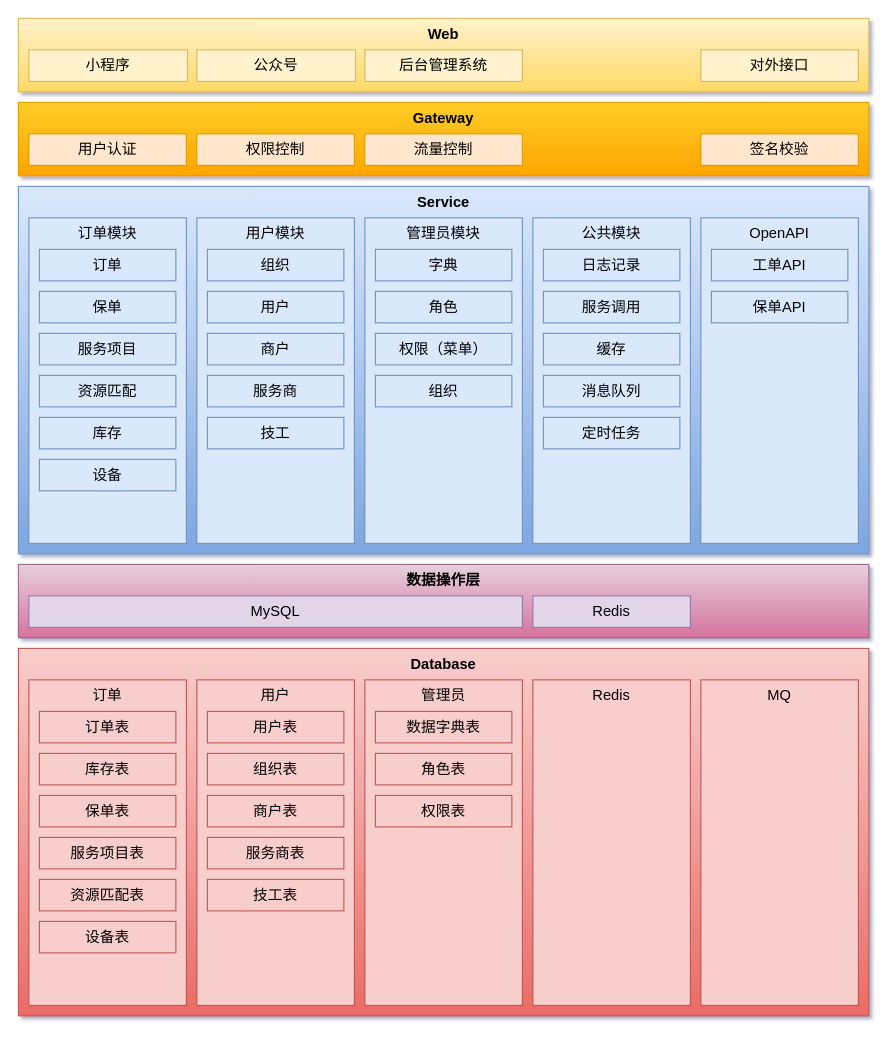
Above: architecture-bao_huo_gan.drawio in Woobhurk/tyz-pic-repo (draw.io), before the change. Source tidied: cells renumbered, new cells numbered last; positions are measured from the earlier drawing's top-left corner, leaving out a move shared by most shapes. Both pictures are drawn from the tidied source at 105%, with x=0, y=0 at pixel (18, 18).
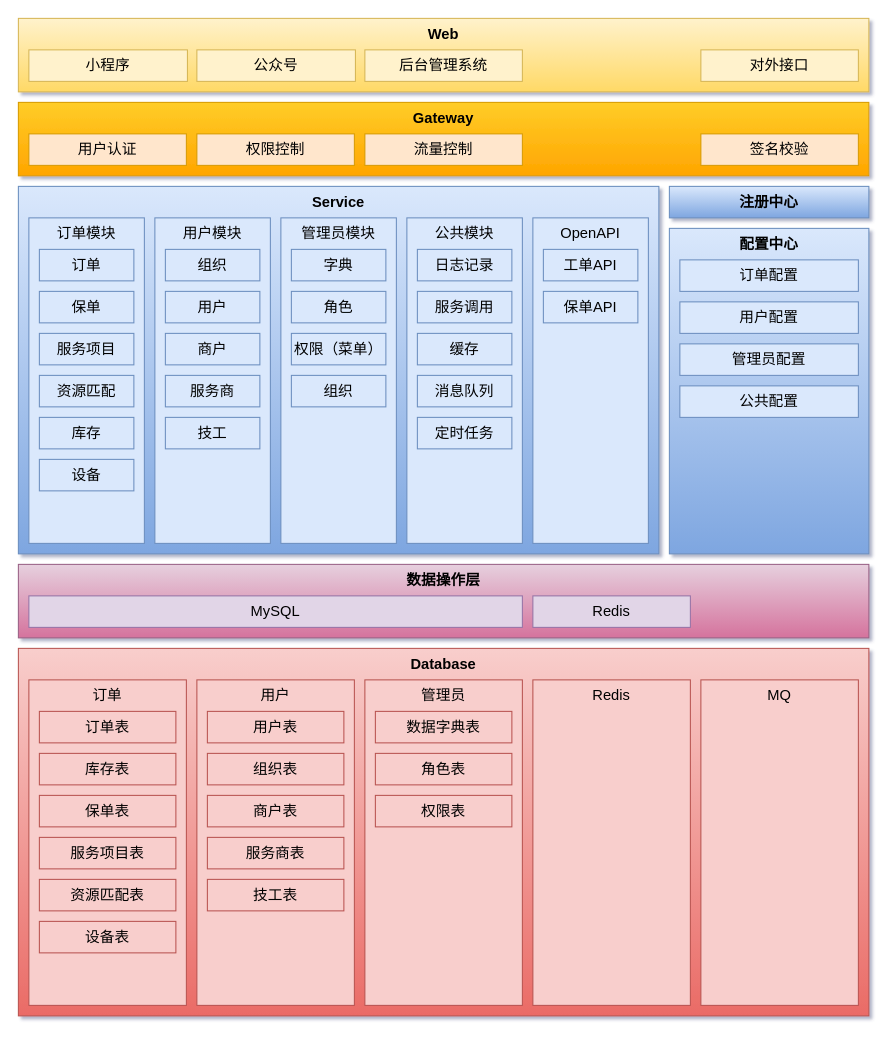
The same diagram, later.

What changed in the source:
```diff
@@
     <mxCell id="3" value="Service" style="text;html=1;strokeColor=#6c8ebf;align=center;verticalAlign=top;whiteSpace=wrap;rounded=0;sketch=0;fontSize=14;fontStyle=1;gradientColor=#7ea6e0;fillColor=#dae8fc;perimeterSpacing=0;glass=0;shadow=0;" parent="1" vertex="1">
-      <mxGeometry y="160" width="810" height="350" as="geometry" />
+      <mxGeometry y="160" width="610" height="350" as="geometry" />
     </mxCell>
@@
     <mxCell id="6" value="订单模块" style="rounded=0;whiteSpace=wrap;html=1;sketch=0;fontSize=14;align=center;strokeColor=#6c8ebf;labelPosition=center;verticalLabelPosition=middle;verticalAlign=top;fillColor=#dae8fc;fontStyle=0;perimeterSpacing=0;glass=0;shadow=0;" parent="1" vertex="1">
-      <mxGeometry x="10" y="190" width="150" height="310" as="geometry" />
+      <mxGeometry x="10" y="190" width="110" height="310" as="geometry" />
     </mxCell>
     <mxCell id="7" value="用户模块" style="rounded=0;whiteSpace=wrap;html=1;sketch=0;fontSize=14;align=center;strokeColor=#6c8ebf;labelPosition=center;verticalLabelPosition=middle;verticalAlign=top;fillColor=#dae8fc;fontStyle=0;perimeterSpacing=0;glass=0;shadow=0;" parent="1" vertex="1">
-      <mxGeometry x="170" y="190" width="150" height="310" as="geometry" />
+      <mxGeometry x="130" y="190" width="110" height="310" as="geometry" />
     </mxCell>
     <mxCell id="8" value="管理员模块" style="rounded=0;whiteSpace=wrap;html=1;sketch=0;fontSize=14;align=center;strokeColor=#6c8ebf;labelPosition=center;verticalLabelPosition=middle;verticalAlign=top;fillColor=#dae8fc;fontStyle=0;perimeterSpacing=0;glass=0;shadow=0;" parent="1" vertex="1">
-      <mxGeometry x="330" y="190" width="150" height="310" as="geometry" />
+      <mxGeometry x="250" y="190" width="110" height="310" as="geometry" />
     </mxCell>
     <mxCell id="9" value="公共模块" style="rounded=0;whiteSpace=wrap;html=1;sketch=0;fontSize=14;align=center;strokeColor=#6c8ebf;labelPosition=center;verticalLabelPosition=middle;verticalAlign=top;fillColor=#dae8fc;fontStyle=0;perimeterSpacing=0;glass=0;shadow=0;" parent="1" vertex="1">
-      <mxGeometry x="490" y="190" width="150" height="310" as="geometry" />
+      <mxGeometry x="370" y="190" width="110" height="310" as="geometry" />
     </mxCell>
     <mxCell id="10" value="OpenAPI" style="rounded=0;whiteSpace=wrap;html=1;sketch=0;fontSize=14;align=center;labelPosition=center;verticalLabelPosition=middle;verticalAlign=top;fontStyle=0;fillColor=#dae8fc;strokeColor=#6c8ebf;perimeterSpacing=0;glass=0;shadow=0;" parent="1" vertex="1">
-      <mxGeometry x="650" y="190" width="150" height="310" as="geometry" />
+      <mxGeometry x="490" y="190" width="110" height="310" as="geometry" />
     </mxCell>
     <mxCell id="11" value="订单" style="rounded=0;whiteSpace=wrap;html=1;sketch=0;fontSize=14;align=center;strokeColor=#6c8ebf;fillColor=#dae8fc;perimeterSpacing=0;glass=0;shadow=0;" parent="1" vertex="1">
-      <mxGeometry x="20" y="220" width="130" height="30" as="geometry" />
+      <mxGeometry x="20" y="220" width="90" height="30" as="geometry" />
     </mxCell>
     <mxCell id="12" value="保单" style="rounded=0;whiteSpace=wrap;html=1;sketch=0;fontSize=14;align=center;strokeColor=#6c8ebf;fillColor=#dae8fc;perimeterSpacing=0;glass=0;shadow=0;" parent="1" vertex="1">
-      <mxGeometry x="20" y="260" width="130" height="30" as="geometry" />
+      <mxGeometry x="20" y="260" width="90" height="30" as="geometry" />
     </mxCell>
     <mxCell id="13" value="服务项目" style="rounded=0;whiteSpace=wrap;html=1;sketch=0;fontSize=14;align=center;strokeColor=#6c8ebf;fillColor=#dae8fc;perimeterSpacing=0;glass=0;shadow=0;" parent="1" vertex="1">
-      <mxGeometry x="20" y="300" width="130" height="30" as="geometry" />
+      <mxGeometry x="20" y="300" width="90" height="30" as="geometry" />
     </mxCell>
     <mxCell id="14" value="资源匹配" style="rounded=0;whiteSpace=wrap;html=1;sketch=0;fontSize=14;align=center;strokeColor=#6c8ebf;fillColor=#dae8fc;perimeterSpacing=0;glass=0;shadow=0;" parent="1" vertex="1">
-      <mxGeometry x="20" y="340" width="130" height="30" as="geometry" />
+      <mxGeometry x="20" y="340" width="90" height="30" as="geometry" />
     </mxCell>
     <mxCell id="15" value="库存" style="rounded=0;whiteSpace=wrap;html=1;sketch=0;fontSize=14;align=center;strokeColor=#6c8ebf;fillColor=#dae8fc;perimeterSpacing=0;glass=0;shadow=0;" parent="1" vertex="1">
-      <mxGeometry x="20" y="380" width="130" height="30" as="geometry" />
+      <mxGeometry x="20" y="380" width="90" height="30" as="geometry" />
     </mxCell>
     <mxCell id="16" value="用户" style="rounded=0;whiteSpace=wrap;html=1;sketch=0;fontSize=14;align=center;strokeColor=#6c8ebf;fillColor=#dae8fc;perimeterSpacing=0;glass=0;shadow=0;" parent="1" vertex="1">
-      <mxGeometry x="180" y="260" width="130" height="30" as="geometry" />
+      <mxGeometry x="140" y="260" width="90" height="30" as="geometry" />
     </mxCell>
     <mxCell id="17" value="商户" style="rounded=0;whiteSpace=wrap;html=1;sketch=0;fontSize=14;align=center;strokeColor=#6c8ebf;fillColor=#dae8fc;perimeterSpacing=0;glass=0;shadow=0;" parent="1" vertex="1">
-      <mxGeometry x="180" y="300" width="130" height="30" as="geometry" />
+      <mxGeometry x="140" y="300" width="90" height="30" as="geometry" />
     </mxCell>
     <mxCell id="18" value="服务商" style="rounded=0;whiteSpace=wrap;html=1;sketch=0;fontSize=14;align=center;strokeColor=#6c8ebf;fillColor=#dae8fc;perimeterSpacing=0;glass=0;shadow=0;" parent="1" vertex="1">
-      <mxGeometry x="180" y="340" width="130" height="30" as="geometry" />
+      <mxGeometry x="140" y="340" width="90" height="30" as="geometry" />
     </mxCell>
     <mxCell id="19" value="技工" style="rounded=0;whiteSpace=wrap;html=1;sketch=0;fontSize=14;align=center;strokeColor=#6c8ebf;fillColor=#dae8fc;perimeterSpacing=0;glass=0;shadow=0;" parent="1" vertex="1">
-      <mxGeometry x="180" y="380" width="130" height="30" as="geometry" />
+      <mxGeometry x="140" y="380" width="90" height="30" as="geometry" />
     </mxCell>
     <mxCell id="20" value="组织" style="rounded=0;whiteSpace=wrap;html=1;sketch=0;fontSize=14;align=center;strokeColor=#6c8ebf;fillColor=#dae8fc;perimeterSpacing=0;glass=0;shadow=0;" parent="1" vertex="1">
-      <mxGeometry x="180" y="220" width="130" height="30" as="geometry" />
+      <mxGeometry x="140" y="220" width="90" height="30" as="geometry" />
     </mxCell>
     <mxCell id="21" value="字典" style="rounded=0;whiteSpace=wrap;html=1;sketch=0;fontSize=14;align=center;strokeColor=#6c8ebf;fillColor=#dae8fc;perimeterSpacing=0;glass=0;shadow=0;" parent="1" vertex="1">
-      <mxGeometry x="340" y="220" width="130" height="30" as="geometry" />
+      <mxGeometry x="260" y="220" width="90" height="30" as="geometry" />
     </mxCell>
     <mxCell id="22" value="角色" style="rounded=0;whiteSpace=wrap;html=1;sketch=0;fontSize=14;align=center;strokeColor=#6c8ebf;fillColor=#dae8fc;perimeterSpacing=0;glass=0;shadow=0;" parent="1" vertex="1">
-      <mxGeometry x="340" y="260" width="130" height="30" as="geometry" />
+      <mxGeometry x="260" y="260" width="90" height="30" as="geometry" />
     </mxCell>
     <mxCell id="23" value="权限（菜单）" style="rounded=0;whiteSpace=wrap;html=1;sketch=0;fontSize=14;align=center;strokeColor=#6c8ebf;fillColor=#dae8fc;perimeterSpacing=0;glass=0;shadow=0;" parent="1" vertex="1">
-      <mxGeometry x="340" y="300" width="130" height="30" as="geometry" />
+      <mxGeometry x="260" y="300" width="90" height="30" as="geometry" />
     </mxCell>
     <mxCell id="24" value="组织" style="rounded=0;whiteSpace=wrap;html=1;sketch=0;fontSize=14;align=center;strokeColor=#6c8ebf;fillColor=#dae8fc;perimeterSpacing=0;glass=0;shadow=0;" parent="1" vertex="1">
-      <mxGeometry x="340" y="340" width="130" height="30" as="geometry" />
+      <mxGeometry x="260" y="340" width="90" height="30" as="geometry" />
     </mxCell>
     <mxCell id="25" value="设备" style="rounded=0;whiteSpace=wrap;html=1;sketch=0;fontSize=14;align=center;strokeColor=#6c8ebf;fillColor=#dae8fc;perimeterSpacing=0;glass=0;shadow=0;" parent="1" vertex="1">
-      <mxGeometry x="20" y="420" width="130" height="30" as="geometry" />
+      <mxGeometry x="20" y="420" width="90" height="30" as="geometry" />
     </mxCell>
@@
     <mxCell id="45" value="日志记录" style="rounded=0;whiteSpace=wrap;html=1;sketch=0;fontSize=14;align=center;strokeColor=#6c8ebf;fillColor=#dae8fc;perimeterSpacing=0;glass=0;shadow=0;" parent="1" vertex="1">
-      <mxGeometry x="500" y="220" width="130" height="30" as="geometry" />
+      <mxGeometry x="380" y="220" width="90" height="30" as="geometry" />
     </mxCell>
     <mxCell id="46" value="服务调用" style="rounded=0;whiteSpace=wrap;html=1;sketch=0;fontSize=14;align=center;strokeColor=#6c8ebf;fillColor=#dae8fc;perimeterSpacing=0;glass=0;shadow=0;" parent="1" vertex="1">
-      <mxGeometry x="500" y="260" width="130" height="30" as="geometry" />
+      <mxGeometry x="380" y="260" width="90" height="30" as="geometry" />
     </mxCell>
     <mxCell id="47" value="缓存" style="rounded=0;whiteSpace=wrap;html=1;sketch=0;fontSize=14;align=center;strokeColor=#6c8ebf;fillColor=#dae8fc;perimeterSpacing=0;glass=0;shadow=0;" parent="1" vertex="1">
-      <mxGeometry x="500" y="300" width="130" height="30" as="geometry" />
+      <mxGeometry x="380" y="300" width="90" height="30" as="geometry" />
     </mxCell>
     <mxCell id="48" value="消息队列" style="rounded=0;whiteSpace=wrap;html=1;sketch=0;fontSize=14;align=center;strokeColor=#6c8ebf;fillColor=#dae8fc;perimeterSpacing=0;glass=0;shadow=0;" parent="1" vertex="1">
-      <mxGeometry x="500" y="340" width="130" height="30" as="geometry" />
+      <mxGeometry x="380" y="340" width="90" height="30" as="geometry" />
     </mxCell>
@@
     <mxCell id="52" value="定时任务" style="rounded=0;whiteSpace=wrap;html=1;sketch=0;fontSize=14;align=center;strokeColor=#6c8ebf;fillColor=#dae8fc;perimeterSpacing=0;glass=0;shadow=0;" parent="1" vertex="1">
-      <mxGeometry x="500" y="380" width="130" height="30" as="geometry" />
+      <mxGeometry x="380" y="380" width="90" height="30" as="geometry" />
     </mxCell>
     <mxCell id="53" value="工单API" style="rounded=0;whiteSpace=wrap;html=1;sketch=0;fontSize=14;align=center;strokeColor=#6c8ebf;fillColor=#dae8fc;perimeterSpacing=0;glass=0;shadow=0;" parent="1" vertex="1">
-      <mxGeometry x="660" y="220" width="130" height="30" as="geometry" />
+      <mxGeometry x="500" y="220" width="90" height="30" as="geometry" />
     </mxCell>
     <mxCell id="54" value="保单API" style="rounded=0;whiteSpace=wrap;html=1;sketch=0;fontSize=14;align=center;strokeColor=#6c8ebf;fillColor=#dae8fc;perimeterSpacing=0;glass=0;shadow=0;" parent="1" vertex="1">
-      <mxGeometry x="660" y="260" width="130" height="30" as="geometry" />
+      <mxGeometry x="500" y="260" width="90" height="30" as="geometry" />
     </mxCell>
@@
+    <mxCell id="63" value="注册中心" style="rounded=0;whiteSpace=wrap;html=1;fillColor=#dae8fc;strokeColor=#6c8ebf;fontStyle=1;fontSize=14;verticalAlign=top;gradientColor=#7ea6e0;" parent="1" vertex="1">
+      <mxGeometry x="620" y="160" width="190" height="30" as="geometry" />
+    </mxCell>
+    <mxCell id="64" value="配置中心" style="rounded=0;whiteSpace=wrap;html=1;fillColor=#dae8fc;strokeColor=#6c8ebf;fontStyle=1;fontSize=14;verticalAlign=top;gradientColor=#7ea6e0;" parent="1" vertex="1">
+      <mxGeometry x="620" y="200" width="190" height="310" as="geometry" />
+    </mxCell>
+    <mxCell id="65" value="订单配置" style="rounded=0;whiteSpace=wrap;html=1;sketch=0;fontSize=14;align=center;strokeColor=#6c8ebf;fillColor=#dae8fc;perimeterSpacing=0;glass=0;shadow=0;" parent="1" vertex="1">
+      <mxGeometry x="630" y="230" width="170" height="30" as="geometry" />
+    </mxCell>
+    <mxCell id="66" value="用户配置" style="rounded=0;whiteSpace=wrap;html=1;sketch=0;fontSize=14;align=center;strokeColor=#6c8ebf;fillColor=#dae8fc;perimeterSpacing=0;glass=0;shadow=0;" parent="1" vertex="1">
+      <mxGeometry x="630" y="270" width="170" height="30" as="geometry" />
+    </mxCell>
+    <mxCell id="67" value="公共配置" style="rounded=0;whiteSpace=wrap;html=1;sketch=0;fontSize=14;align=center;strokeColor=#6c8ebf;fillColor=#dae8fc;perimeterSpacing=0;glass=0;shadow=0;" parent="1" vertex="1">
+      <mxGeometry x="630" y="350" width="170" height="30" as="geometry" />
+    </mxCell>
+    <mxCell id="68" value="管理员配置" style="rounded=0;whiteSpace=wrap;html=1;sketch=0;fontSize=14;align=center;strokeColor=#6c8ebf;fillColor=#dae8fc;perimeterSpacing=0;glass=0;shadow=0;" parent="1" vertex="1">
+      <mxGeometry x="630" y="310" width="170" height="30" as="geometry" />
+    </mxCell>
```
